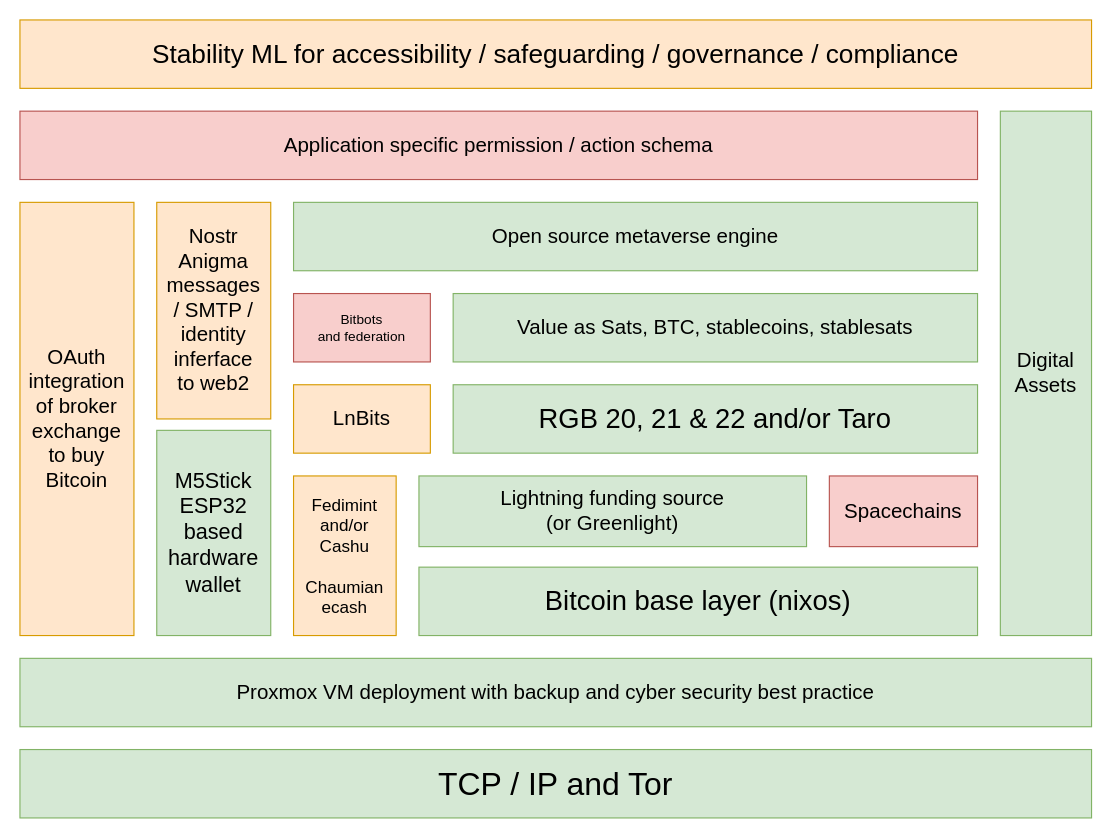
Earlier version of the draw.io diagram Book/Images/HighLevelStack.drawio (jjohare/DigiSocConvergence). Source tidied: cells renumbered, new cells numbered last; positions are measured from the earlier drawing's top-left corner, leaving out a move shared by most shapes. Both pictures are drawn from the tidied source at 114%, with x=0, y=0 at pixel (19, 19).
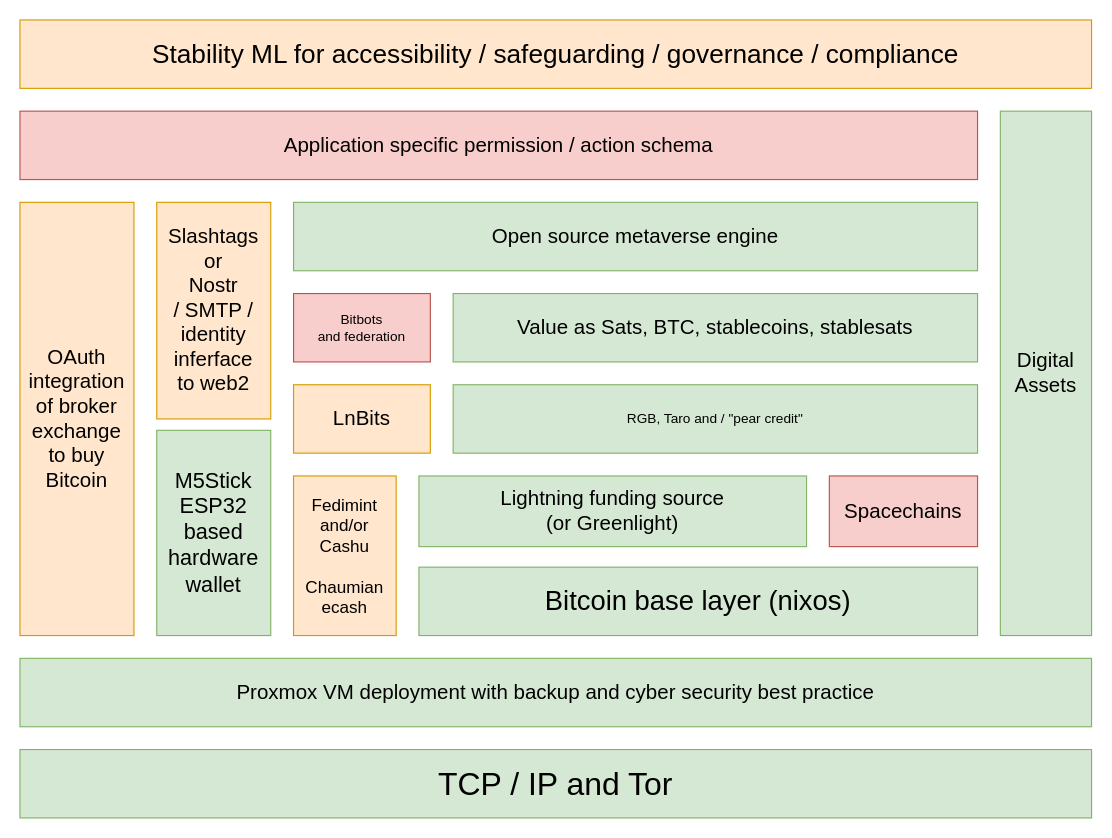
The same page after the edit.

Diff of the diagram source:
```diff
@@
 <mxGraphModel>
   <root>
     <mxCell id="0" />
     <mxCell id="1" parent="0" />
     <mxCell id="2" value="&lt;font style=&quot;font-size: 18px&quot;&gt;Application specific permission / action schema&lt;br&gt;&lt;/font&gt;" style="rounded=0;whiteSpace=wrap;html=1;fillColor=#f8cecc;strokeColor=#b85450;" parent="1" vertex="1">
       <mxGeometry y="80" width="840" height="60" as="geometry" />
     </mxCell>
-    <mxCell id="3" value="&lt;div&gt;Nostr&lt;/div&gt;&lt;div&gt;Anigma&lt;br&gt;&lt;/div&gt;&lt;div&gt;messages&lt;/div&gt;&lt;div&gt;/ SMTP /&lt;br&gt;&lt;/div&gt;&lt;div&gt;identity &lt;br&gt;&lt;/div&gt;&lt;div&gt;inferface&lt;/div&gt;&lt;div&gt;to web2&lt;br&gt;&lt;/div&gt;" style="rounded=0;whiteSpace=wrap;html=1;fontSize=18;fillColor=#ffe6cc;strokeColor=#d79b00;" parent="1" vertex="1">
+    <mxCell id="3" value="&lt;div&gt;Slashtags&lt;/div&gt;&lt;div&gt;or&lt;br&gt;&lt;/div&gt;&lt;div&gt;Nostr&lt;/div&gt;&lt;div&gt;/ SMTP /&lt;br&gt;&lt;/div&gt;&lt;div&gt;identity &lt;br&gt;&lt;/div&gt;&lt;div&gt;inferface&lt;/div&gt;&lt;div&gt;to web2&lt;br&gt;&lt;/div&gt;" style="rounded=0;whiteSpace=wrap;html=1;fontSize=18;fillColor=#ffe6cc;strokeColor=#d79b00;" parent="1" vertex="1">
       <mxGeometry x="120" y="160" width="100" height="190" as="geometry" />
     </mxCell>
     <mxCell id="4" value="LnBits" style="rounded=0;whiteSpace=wrap;html=1;fontSize=18;fillColor=#ffe6cc;strokeColor=#d79b00;" parent="1" vertex="1">
       <mxGeometry x="240" y="320" width="120" height="60" as="geometry" />
     </mxCell>
     <mxCell id="5" value="&lt;font style=&quot;font-size: 18px&quot;&gt;Open source metaverse engine&lt;/font&gt;" style="rounded=0;whiteSpace=wrap;html=1;fillColor=#d5e8d4;strokeColor=#82b366;" parent="1" vertex="1">
       <mxGeometry x="240" y="160" width="600" height="60" as="geometry" />
     </mxCell>
     <mxCell id="6" value="&lt;font style=&quot;font-size: 18px&quot;&gt;Value as Sats, BTC, stablecoins, stablesats&lt;br&gt;&lt;/font&gt;" style="rounded=0;whiteSpace=wrap;html=1;fillColor=#d5e8d4;strokeColor=#82b366;" parent="1" vertex="1">
       <mxGeometry x="380" y="240" width="460" height="60" as="geometry" />
     </mxCell>
-    <mxCell id="7" value="&lt;font style=&quot;font-size: 24px;&quot;&gt;RGB 20, 21 &amp;amp; 22 and/or Taro&lt;br&gt;&lt;/font&gt;" style="rounded=0;whiteSpace=wrap;html=1;fillColor=#d5e8d4;strokeColor=#82b366;" parent="1" vertex="1">
+    <mxCell id="7" value="RGB, Taro and / &quot;pear credit&quot;" style="rounded=0;whiteSpace=wrap;html=1;fillColor=#d5e8d4;strokeColor=#82b366;" parent="1" vertex="1">
       <mxGeometry x="380" y="320" width="460" height="60" as="geometry" />
     </mxCell>
     <mxCell id="8" value="&lt;div&gt;&lt;font style=&quot;font-size: 18px&quot;&gt;Lightning funding source&lt;/font&gt;&lt;/div&gt;&lt;div&gt;&lt;font style=&quot;font-size: 18px&quot;&gt;(or Greenlight)&lt;br&gt; &lt;/font&gt;&lt;/div&gt;" style="rounded=0;whiteSpace=wrap;html=1;fillColor=#d5e8d4;strokeColor=#82b366;" parent="1" vertex="1">
       <mxGeometry x="350" y="400" width="340" height="62" as="geometry" />
     </mxCell>
     <mxCell id="9" value="&lt;font style=&quot;font-size: 24px&quot;&gt;Bitcoin base layer (nixos)&lt;br&gt;&lt;/font&gt;" style="rounded=0;whiteSpace=wrap;html=1;fillColor=#d5e8d4;strokeColor=#82b366;" parent="1" vertex="1">
       <mxGeometry x="350" y="480" width="490" height="60" as="geometry" />
     </mxCell>
     <mxCell id="10" value="&lt;font style=&quot;font-size: 18px&quot;&gt;Proxmox VM deployment with backup and cyber security best practice&lt;/font&gt;" style="rounded=0;whiteSpace=wrap;html=1;fillColor=#d5e8d4;strokeColor=#82b366;" parent="1" vertex="1">
       <mxGeometry y="560" width="940" height="60" as="geometry" />
     </mxCell>
     <mxCell id="11" value="&lt;div&gt;Digital&lt;br&gt;&lt;/div&gt;&lt;div&gt;Assets&lt;/div&gt;" style="rounded=0;whiteSpace=wrap;html=1;fontSize=18;fillColor=#d5e8d4;strokeColor=#82b366;" parent="1" vertex="1">
       <mxGeometry x="860" y="80" width="80" height="460" as="geometry" />
     </mxCell>
     <mxCell id="12" value="&lt;font style=&quot;font-size: 18px;&quot;&gt;Spacechains&lt;/font&gt;" style="rounded=0;whiteSpace=wrap;html=1;fillColor=#f8cecc;strokeColor=#b85450;" parent="1" vertex="1">
       <mxGeometry x="710" y="400" width="130" height="62" as="geometry" />
     </mxCell>
     <mxCell id="13" value="&lt;font style=&quot;font-size: 23px;&quot;&gt;Stability ML for accessibility / safeguarding / governance / compliance&lt;br&gt;&lt;/font&gt;" style="rounded=0;whiteSpace=wrap;html=1;fillColor=#ffe6cc;strokeColor=#d79b00;" parent="1" vertex="1">
       <mxGeometry width="940" height="60" as="geometry" />
     </mxCell>
     <mxCell id="14" value="&lt;font style=&quot;font-size: 28px;&quot;&gt;TCP / IP and Tor&lt;br&gt;&lt;/font&gt;" style="rounded=0;whiteSpace=wrap;html=1;fillColor=#d5e8d4;strokeColor=#82b366;" parent="1" vertex="1">
       <mxGeometry y="640" width="940" height="60" as="geometry" />
     </mxCell>
     <mxCell id="15" value="&lt;div style=&quot;font-size: 15px;&quot;&gt;&lt;font style=&quot;font-size: 15px;&quot;&gt;Fedimint&lt;/font&gt;&lt;/div&gt;&lt;div style=&quot;font-size: 15px;&quot;&gt;&lt;font style=&quot;font-size: 15px;&quot;&gt;and/or&lt;/font&gt;&lt;/div&gt;&lt;div style=&quot;font-size: 15px;&quot;&gt;&lt;font style=&quot;font-size: 15px;&quot;&gt;Cashu&lt;/font&gt;&lt;/div&gt;&lt;div style=&quot;font-size: 15px;&quot;&gt;&lt;font style=&quot;font-size: 15px;&quot;&gt;&lt;br&gt;&lt;/font&gt;&lt;/div&gt;&lt;div style=&quot;font-size: 15px;&quot;&gt;&lt;font style=&quot;font-size: 15px;&quot;&gt;Chaumian&lt;/font&gt;&lt;/div&gt;&lt;div style=&quot;font-size: 15px;&quot;&gt;&lt;font style=&quot;font-size: 15px;&quot;&gt;ecash&lt;br&gt;&lt;/font&gt;&lt;/div&gt;" style="rounded=0;whiteSpace=wrap;html=1;fillColor=#ffe6cc;strokeColor=#d79b00;" parent="1" vertex="1">
       <mxGeometry x="240" y="400" width="90" height="140" as="geometry" />
     </mxCell>
     <mxCell id="16" value="&lt;div&gt;Bitbots&lt;/div&gt;&lt;div&gt;and federation&lt;br&gt;&lt;/div&gt;" style="rounded=0;whiteSpace=wrap;html=1;fillColor=#f8cecc;strokeColor=#b85450;" parent="1" vertex="1">
       <mxGeometry x="240" y="240" width="120" height="60" as="geometry" />
     </mxCell>
     <mxCell id="17" value="&lt;h3 style=&quot;font-size: 19px;&quot; class=&quot;ud-feature-title&quot;&gt;&lt;span style=&quot;font-weight: normal;&quot;&gt;M5Stick ESP32&lt;/span&gt; &lt;span style=&quot;font-weight: normal;&quot;&gt;based hardware wallet&lt;/span&gt;&lt;br&gt;&lt;/h3&gt;" style="rounded=0;whiteSpace=wrap;html=1;fontSize=18;fillColor=#d5e8d4;strokeColor=#82b366;" parent="1" vertex="1">
       <mxGeometry x="120" y="360" width="100" height="180" as="geometry" />
     </mxCell>
     <mxCell id="18" value="&lt;div&gt;OAuth integration of broker exchange&lt;/div&gt;&lt;div&gt;to buy&lt;/div&gt;&lt;div&gt;Bitcoin&lt;br&gt;&lt;/div&gt;" style="rounded=0;whiteSpace=wrap;html=1;fontSize=18;fillColor=#ffe6cc;strokeColor=#d79b00;" parent="1" vertex="1">
       <mxGeometry y="160" width="100" height="380" as="geometry" />
     </mxCell>
   </root>
 </mxGraphModel>
```
